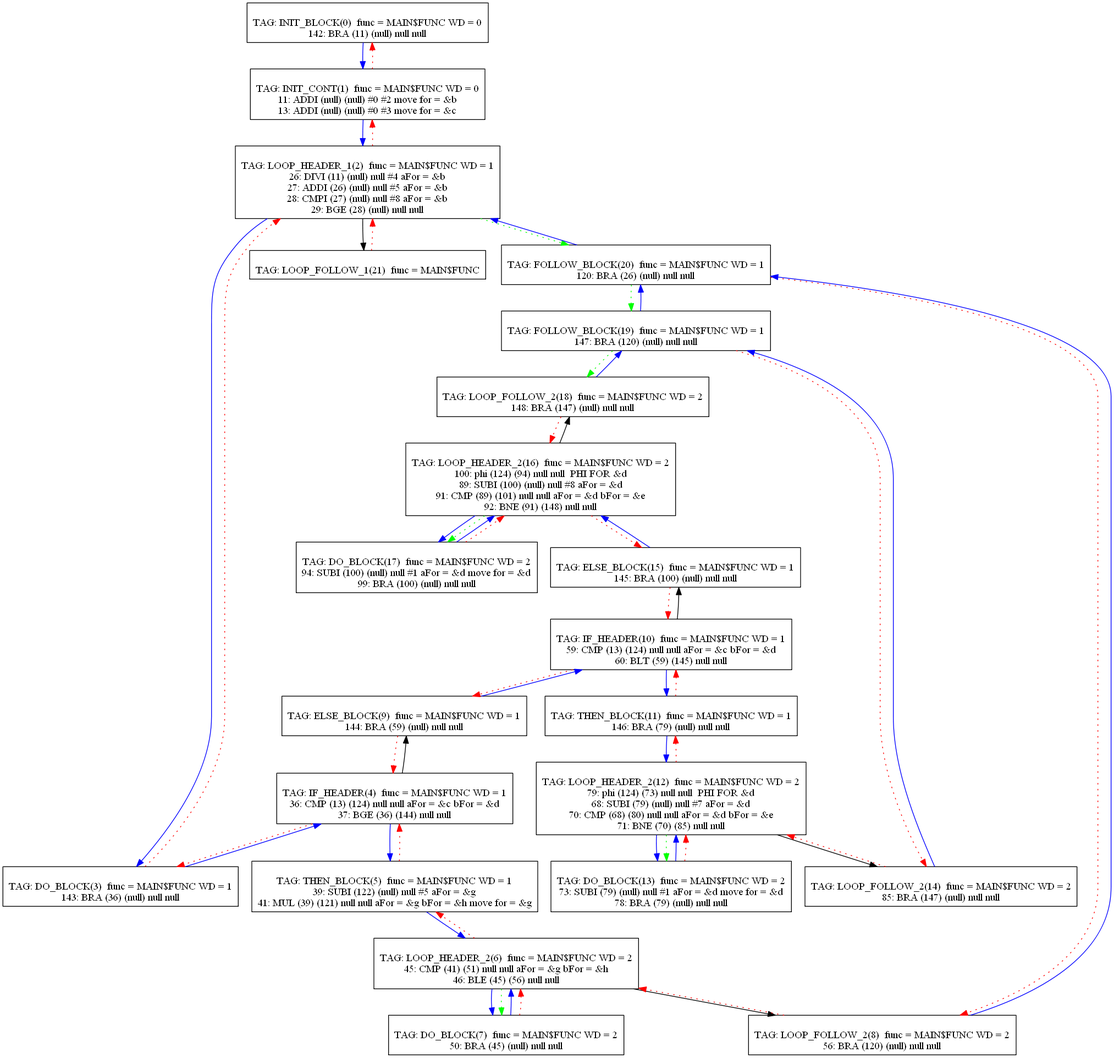
The Graphviz diagram Compiler/24graph.png in mbajaj92/Project-Astoria, before a commit. Its source is kept beside it as Compiler/24graph.dot.
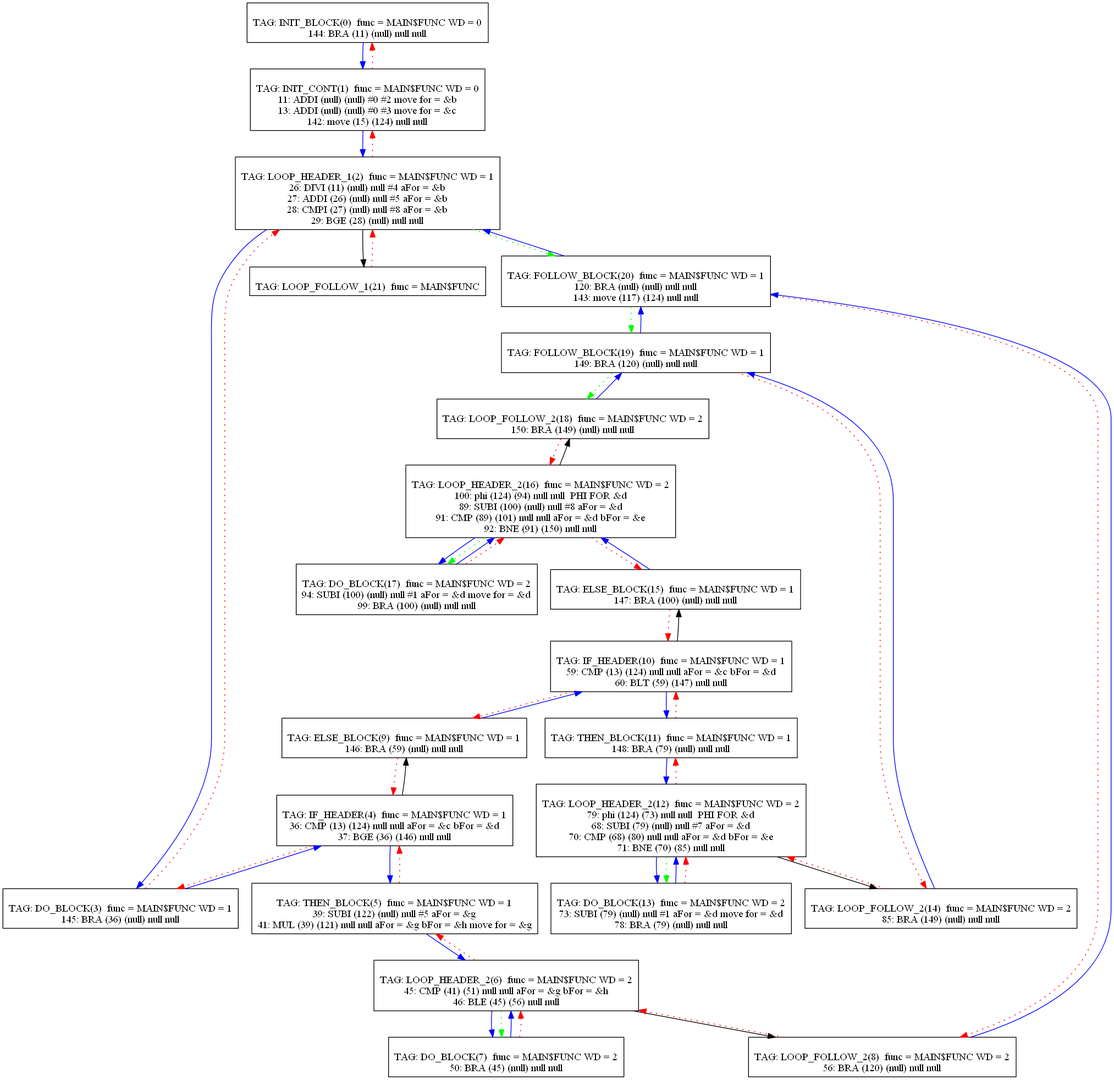
After the commit.

Diff of the diagram source:
```diff
@@ -1,7 +1,7 @@
 digraph {
 0[label="
 TAG: INIT_BLOCK(0)  func = MAIN$FUNC WD = 0
-142: BRA (11) (null) null null
+144: BRA (11) (null) null null
 "];
 0[shape=box];
 0 -> 1[color=blue]
@@ -9,6 +9,7 @@
 TAG: INIT_CONT(1)  func = MAIN$FUNC WD = 0
 11: ADDI (null) (null) #0 #2 move for = &b
 13: ADDI (null) (null) #0 #3 move for = &c
+142: move (15) (124) null null
 "];
 1[shape=box];
 1 -> 2[color=blue]
@@ -27,7 +28,7 @@
 2 -> 20[color=green][style=dotted]
 3[label="
 TAG: DO_BLOCK(3)  func = MAIN$FUNC WD = 1
-143: BRA (36) (null) null null
+145: BRA (36) (null) null null
 "];
 3[shape=box];
 3 -> 4[color=blue]
@@ -35,7 +36,7 @@
 4[label="
 TAG: IF_HEADER(4)  func = MAIN$FUNC WD = 1
 36: CMP (13) (124) null null aFor = &c bFor = &d
-37: BGE (36) (144) null null
+37: BGE (36) (146) null null
 "];
 4[shape=box];
 4 -> 5[color=blue]
@@ -75,7 +76,7 @@
 8 -> 6[color=red][style=dotted]
 9[label="
 TAG: ELSE_BLOCK(9)  func = MAIN$FUNC WD = 1
-144: BRA (59) (null) null null
+146: BRA (59) (null) null null
 "];
 9[shape=box];
 9 -> 10[color=blue]
@@ -83,7 +84,7 @@
 10[label="
 TAG: IF_HEADER(10)  func = MAIN$FUNC WD = 1
 59: CMP (13) (124) null null aFor = &c bFor = &d
-60: BLT (59) (145) null null
+60: BLT (59) (147) null null
 "];
 10[shape=box];
 10 -> 11[color=blue]
@@ -91,7 +92,7 @@
 10 -> 9[color=red][style=dotted]
 11[label="
 TAG: THEN_BLOCK(11)  func = MAIN$FUNC WD = 1
-146: BRA (79) (null) null null
+148: BRA (79) (null) null null
 "];
 11[shape=box];
 11 -> 12[color=blue]
@@ -118,14 +119,14 @@
 13 -> 12[color=red][style=dotted]
 14[label="
 TAG: LOOP_FOLLOW_2(14)  func = MAIN$FUNC WD = 2
-85: BRA (147) (null) null null
+85: BRA (149) (null) null null
 "];
 14[shape=box];
 14 -> 19[color=blue]
 14 -> 12[color=red][style=dotted]
 15[label="
 TAG: ELSE_BLOCK(15)  func = MAIN$FUNC WD = 1
-145: BRA (100) (null) null null
+147: BRA (100) (null) null null
 "];
 15[shape=box];
 15 -> 16[color=blue]
@@ -135,7 +136,7 @@
 100: phi (124) (94) null null  PHI FOR &d
 89: SUBI (100) (null) null #8 aFor = &d
 91: CMP (89) (101) null null aFor = &d bFor = &e
-92: BNE (91) (148) null null
+92: BNE (91) (150) null null
 "];
 16[shape=box];
 16 -> 17[color=blue]
@@ -152,14 +153,14 @@
 17 -> 16[color=red][style=dotted]
 18[label="
 TAG: LOOP_FOLLOW_2(18)  func = MAIN$FUNC WD = 2
-148: BRA (147) (null) null null
+150: BRA (149) (null) null null
 "];
 18[shape=box];
 18 -> 19[color=blue]
 18 -> 16[color=red][style=dotted]
 19[label="
 TAG: FOLLOW_BLOCK(19)  func = MAIN$FUNC WD = 1
-147: BRA (120) (null) null null
+149: BRA (120) (null) null null
 "];
 19[shape=box];
 19 -> 20[color=blue]
@@ -167,7 +168,8 @@
 19 -> 18[color=green][style=dotted]
 20[label="
 TAG: FOLLOW_BLOCK(20)  func = MAIN$FUNC WD = 1
-120: BRA (26) (null) null null
+120: BRA (null) (null) null null
+143: move (117) (124) null null
 "];
 20[shape=box];
 20 -> 2[color=blue]
```
